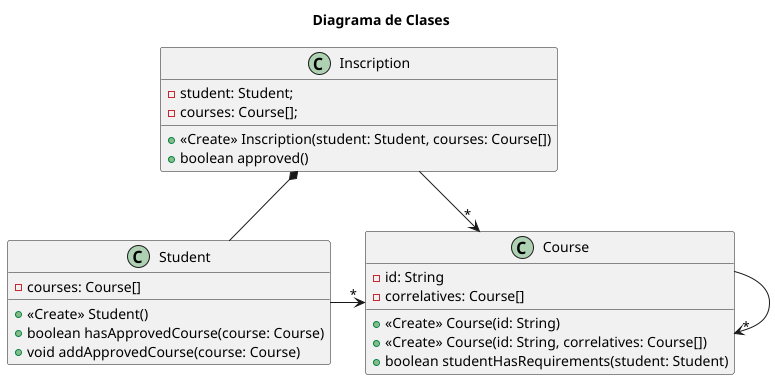
The PlantUML diagram doc/diagram.png in phosph/utn-gd-t1-validador-correlativas, before a commit. Source of this version:
```plantuml
@startuml
title Diagrama de Clases

class Student {
    + <<Create>> Student()

    - courses: Course[]

    + boolean hasApprovedCourse(course: Course)
    + void addApprovedCourse(course: Course)
}

class Inscription {
    + <<Create>> Inscription(student: Student, courses: Course[])

    - student: Student;
    - courses: Course[];

    + boolean approved()
}

class Course {
    + <<Create>> Course(id: String)
    + <<Create>> Course(id: String, correlatives: Course[])

    - id: String
    - correlatives: Course[]
    + boolean studentHasRequirements(student: Student)
}


Inscription --> "*" Course
Inscription *-- Student
Course --> "*" Course
Student -> "*" Course
@enduml
```
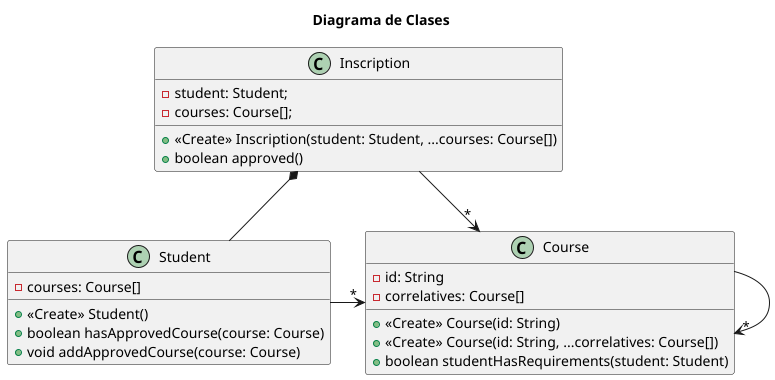
After the commit.

What changed in the source:
```diff
@@ -1,4 +1,5 @@
 @startuml
+
 title Diagrama de Clases
 
 class Student {
@@ -11,7 +12,7 @@
 }
 
 class Inscription {
-    + <<Create>> Inscription(student: Student, courses: Course[])
+    + <<Create>> Inscription(student: Student, ...courses: Course[])
 
     - student: Student;
     - courses: Course[];
@@ -21,7 +22,7 @@
 
 class Course {
     + <<Create>> Course(id: String)
-    + <<Create>> Course(id: String, correlatives: Course[])
+    + <<Create>> Course(id: String, ...correlatives: Course[])
 
     - id: String
     - correlatives: Course[]
@@ -33,4 +34,5 @@
 Inscription *-- Student
 Course --> "*" Course
 Student -> "*" Course
+
 @enduml
```
